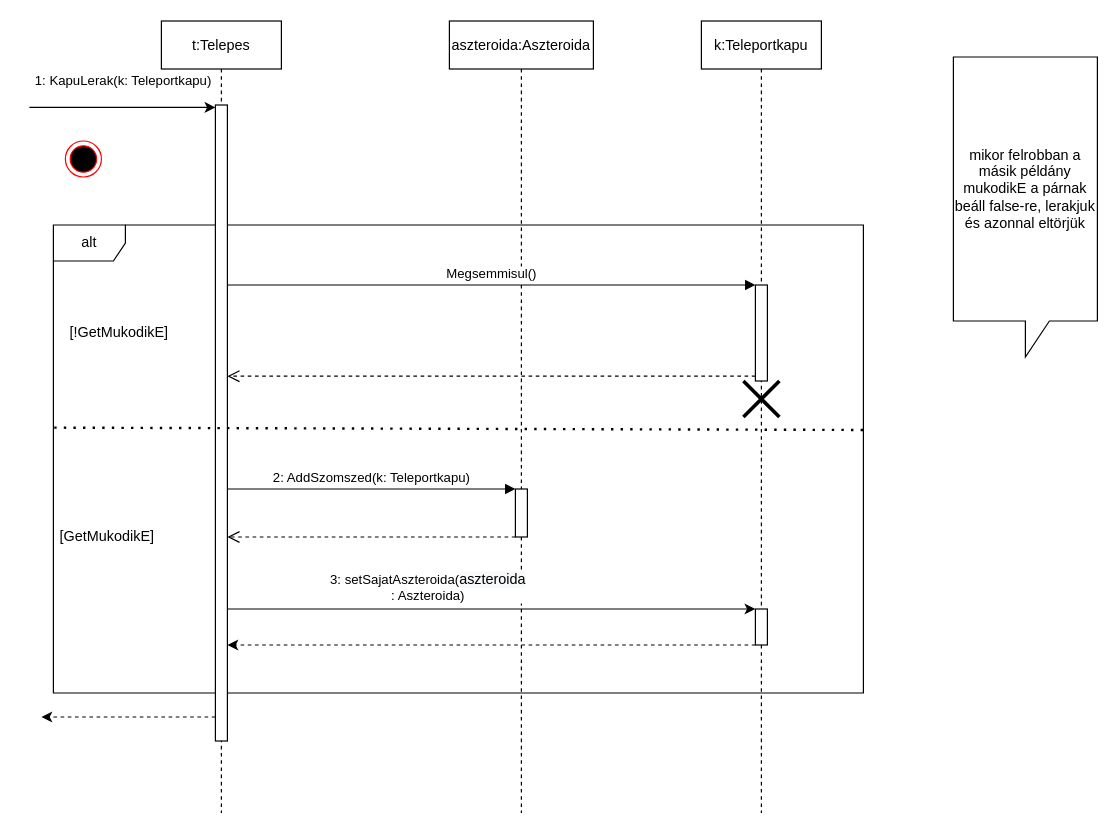
The draw.io diagram doc/uml/placeNyersanyag.drawio in torpeBoiGo/aszteroidabanyaszat, before the edit. Source tidied: cells renumbered, new cells numbered last; positions are measured from the earlier drawing's top-left corner, leaving out a move shared by most shapes. Both pictures are drawn from the tidied source at 120%, with x=0, y=0 at pixel (29, 20).
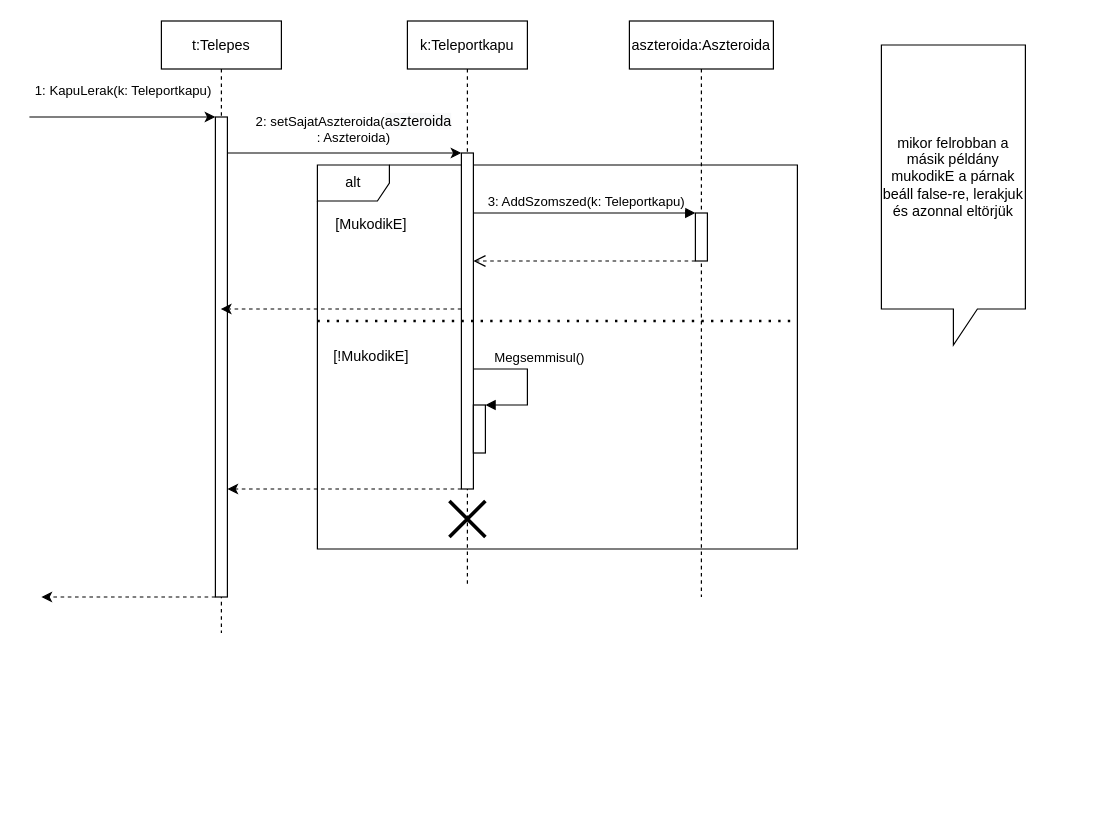
Above is the later version.

Commit message:
nincs GetMukodikE(), a kapu nézi, hogy meg kell-e halnia

Diff of the diagram source:
```diff
@@
     <mxCell id="2" value="alt" style="shape=umlFrame;whiteSpace=wrap;html=1;" parent="1" vertex="1">
-      <mxGeometry x="20" y="170" width="675" height="390" as="geometry" />
+      <mxGeometry x="240" y="120" width="400" height="320" as="geometry" />
     </mxCell>
     <mxCell id="3" value="t:Telepes" style="shape=umlLifeline;perimeter=lifelinePerimeter;rounded=0;shadow=0;strokeWidth=1;" parent="1" vertex="1">
-      <mxGeometry x="110" width="100" height="660" as="geometry" />
+      <mxGeometry x="110" width="100" height="510" as="geometry" />
     </mxCell>
     <mxCell id="4" style="points=[];perimeter=orthogonalPerimeter;rounded=0;shadow=0;strokeWidth=1;" parent="3" vertex="1">
-      <mxGeometry x="45" y="70" width="10" height="530" as="geometry" />
+      <mxGeometry x="45" y="80" width="10" height="400" as="geometry" />
     </mxCell>
     <mxCell id="5" value="aszteroida:Aszteroida" style="shape=umlLifeline;perimeter=lifelinePerimeter;rounded=0;shadow=0;strokeWidth=1;" parent="1" vertex="1">
-      <mxGeometry x="350" width="120" height="660" as="geometry" />
+      <mxGeometry x="500" width="120" height="480" as="geometry" />
     </mxCell>
     <mxCell id="6" style="points=[];perimeter=orthogonalPerimeter;rounded=0;shadow=0;strokeWidth=1;" parent="5" vertex="1">
-      <mxGeometry x="55" y="390" width="10" height="40" as="geometry" />
+      <mxGeometry x="55" y="160" width="10" height="40" as="geometry" />
     </mxCell>
-    <mxCell id="7" value="1: KapuLerak(k: Teleportkapu)" style="endArrow=classic;html=1;" parent="1" edge="1">
+    <mxCell id="7" value="1: KapuLerak(k: Teleportkapu)" style="endArrow=classic;html=1;" parent="1" edge="1" target="4">
       <mxGeometry y="22" relative="1" as="geometry">
-        <mxPoint y="72" as="sourcePoint" />
-        <mxPoint x="155" y="72" as="targetPoint" />
+        <mxPoint y="80" as="sourcePoint" />
       </mxGeometry>
     </mxCell>
-    <mxCell id="8" style="endArrow=classic;html=1;dashed=1;" parent="1" edge="1">
+    <mxCell id="8" style="endArrow=classic;html=1;dashed=1;" parent="1" edge="1" source="4">
       <mxGeometry relative="1" as="geometry">
-        <mxPoint x="155" y="580" as="sourcePoint" />
-        <mxPoint x="10" y="580" as="targetPoint" />
+        <mxPoint x="10" y="480" as="targetPoint" />
         <Array as="points">
-          <mxPoint x="120" y="580" />
+          <mxPoint x="100" y="480" />
         </Array>
       </mxGeometry>
     </mxCell>
     <mxCell id="9" value="k:Teleportkapu" style="shape=umlLifeline;perimeter=lifelinePerimeter;rounded=0;shadow=0;strokeWidth=1;" parent="1" vertex="1">
-      <mxGeometry x="560" width="100" height="660" as="geometry" />
+      <mxGeometry x="315" width="100" height="470" as="geometry" />
     </mxCell>
     <mxCell id="10" style="points=[];perimeter=orthogonalPerimeter;rounded=0;shadow=0;strokeWidth=1;" parent="9" vertex="1">
-      <mxGeometry x="45" y="490" width="10" height="30" as="geometry" />
+      <mxGeometry x="45" y="110" width="10" height="280" as="geometry" />
     </mxCell>
     <mxCell id="11" style="html=1;points=[];perimeter=orthogonalPerimeter;" parent="9" vertex="1">
-      <mxGeometry x="45" y="220" width="10" height="80" as="geometry" />
+      <mxGeometry x="55" y="320" width="10" height="40" as="geometry" />
     </mxCell>
-    <mxCell id="12" style="shape=umlDestroy;whiteSpace=wrap;html=1;strokeWidth=3;" parent="9" vertex="1">
-      <mxGeometry x="35" y="300" width="30" height="30" as="geometry" />
-    </mxCell>
+    <mxCell id="18" value="Megsemmisul()" style="html=1;verticalAlign=bottom;endArrow=block;rounded=0;" parent="9" edge="1" source="10" target="11">
+      <mxGeometry x="-0.18" y="10" relative="1" as="geometry">
+        <Array as="points">
+          <mxPoint x="100" y="290" />
+          <mxPoint x="100" y="320" />
+        </Array>
+      </mxGeometry>
+    </mxCell>
+    <mxCell id="24" style="shape=umlDestroy;whiteSpace=wrap;html=1;strokeWidth=3;" parent="9" vertex="1">
+      <mxGeometry x="35" y="400" width="30" height="30" as="geometry" />
+    </mxCell>
-    <mxCell id="13" value="3: setSajatAszteroida(&lt;span style=&quot;font-size: 12px ; background-color: rgb(248 , 249 , 250)&quot;&gt;aszteroida&lt;/span&gt;&lt;br&gt;: Aszteroida)" style="endArrow=classic;html=1;" parent="1" edge="1" source="4" target="10">
-      <mxGeometry x="-0.24" y="18" relative="1" as="geometry">
+    <mxCell id="13" value="2: setSajatAszteroida(&lt;span style=&quot;font-size: 12px ; background-color: rgb(248 , 249 , 250)&quot;&gt;aszteroida&lt;/span&gt;&lt;br&gt;: Aszteroida)" style="endArrow=classic;html=1;" parent="1" edge="1" source="4" target="10">
+      <mxGeometry x="0.08" y="20" relative="1" as="geometry">
         <Array as="points">
-          <mxPoint x="440" y="490" />
+          <mxPoint x="290" y="110" />
         </Array>
       </mxGeometry>
     </mxCell>
-    <mxCell id="14" style="endArrow=classic;html=1;dashed=1;" parent="1" edge="1">
+    <mxCell id="14" style="endArrow=classic;html=1;dashed=1;" parent="1" edge="1" source="10" target="3">
       <mxGeometry relative="1" as="geometry">
-        <mxPoint x="605" y="520" as="sourcePoint" />
-        <mxPoint x="165" y="520" as="targetPoint" />
         <Array as="points">
-          <mxPoint x="200" y="520" />
+          <mxPoint x="340" y="240" />
         </Array>
       </mxGeometry>
     </mxCell>
-    <mxCell id="15" style="html=1;verticalAlign=bottom;endArrow=open;dashed=1;endSize=8;" parent="1" edge="1">
+    <mxCell id="15" style="html=1;verticalAlign=bottom;endArrow=open;dashed=1;endSize=8;" parent="1" edge="1" source="6" target="10">
       <mxGeometry relative="1" as="geometry">
-        <mxPoint x="405" y="430" as="sourcePoint" />
-        <mxPoint x="165" y="430" as="targetPoint" />
+        <Array as="points">
+          <mxPoint x="500" y="200" />
+        </Array>
       </mxGeometry>
     </mxCell>
-    <mxCell id="16" value="2: AddSzomszed(k: Teleportkapu)" style="html=1;verticalAlign=bottom;endArrow=block;" parent="1" edge="1" source="4" target="6">
-      <mxGeometry relative="1" as="geometry" />
+    <mxCell id="16" value="3: AddSzomszed(k: Teleportkapu)" style="html=1;verticalAlign=bottom;endArrow=block;" parent="1" edge="1" source="10" target="6">
+      <mxGeometry x="0.02" relative="1" as="geometry">
+        <Array as="points">
+          <mxPoint x="450" y="160" />
+        </Array>
+      </mxGeometry>
     </mxCell>
-    <mxCell id="17" style="endArrow=none;dashed=1;html=1;dashPattern=1 3;strokeWidth=2;entryX=1.003;entryY=0.438;entryDx=0;entryDy=0;entryPerimeter=0;exitX=0.001;exitY=0.433;exitDx=0;exitDy=0;exitPerimeter=0;" parent="1" edge="1" source="2" target="2">
-      <mxGeometry relative="1" as="geometry" />
-    </mxCell>
-    <mxCell id="18" value="Megsemmisul()" style="html=1;verticalAlign=bottom;endArrow=block;entryX=0;entryY=0;" parent="1" edge="1" source="4" target="11">
-      <mxGeometry relative="1" as="geometry" />
-    </mxCell>
-    <mxCell id="19" style="html=1;verticalAlign=bottom;endArrow=open;dashed=1;endSize=8;exitX=0;exitY=0.95;" parent="1" edge="1" source="11" target="4">
-      <mxGeometry x="0.02" y="-16" relative="1" as="geometry">
-        <Array as="points">
-          <mxPoint x="390" y="296" />
-        </Array>
-      </mxGeometry>
-    </mxCell>
-    <mxCell id="20" value="[!GetMukodikE]" style="text;html=1;strokeColor=none;fillColor=none;align=center;verticalAlign=middle;whiteSpace=wrap;rounded=0;" parent="1" vertex="1">
-      <mxGeometry x="10" y="250" width="130" height="20" as="geometry" />
+    <mxCell id="20" value="[!MukodikE]" style="text;html=1;strokeColor=none;fillColor=none;align=center;verticalAlign=middle;whiteSpace=wrap;rounded=0;" parent="1" vertex="1">
+      <mxGeometry x="220" y="270" width="130" height="20" as="geometry" />
     </mxCell>
-    <mxCell id="21" value="[GetMukodikE]" style="text;html=1;strokeColor=none;fillColor=none;align=center;verticalAlign=middle;whiteSpace=wrap;rounded=0;" parent="1" vertex="1">
-      <mxGeometry y="420" width="130" height="20" as="geometry" />
+    <mxCell id="21" value="[MukodikE]" style="text;html=1;strokeColor=none;fillColor=none;align=center;verticalAlign=middle;whiteSpace=wrap;rounded=0;" parent="1" vertex="1">
+      <mxGeometry x="220" y="160" width="130" height="20" as="geometry" />
     </mxCell>
     <mxCell id="22" value="mikor felrobban a másik példány mukodikE a párnak beáll false-re, lerakjuk és azonnal eltörjük" style="shape=callout;whiteSpace=wrap;html=1;perimeter=calloutPerimeter;" parent="1" vertex="1">
-      <mxGeometry x="770" y="30" width="120" height="250" as="geometry" />
+      <mxGeometry x="710" y="20" width="120" height="250" as="geometry" />
     </mxCell>
-    <mxCell id="23" style="ellipse;html=1;shape=endState;fillColor=#000000;strokeColor=#ff0000;" parent="1" vertex="1">
-      <mxGeometry x="30" y="100" width="30" height="30" as="geometry" />
-    </mxCell>
+    <mxCell id="25" style="endArrow=none;dashed=1;html=1;dashPattern=1 3;strokeWidth=2;" parent="1" edge="1">
+      <mxGeometry relative="1" as="geometry">
+        <mxPoint x="240" y="250" as="sourcePoint" />
+        <mxPoint x="640" y="250" as="targetPoint" />
+      </mxGeometry>
+    </mxCell>
+    <mxCell id="26" style="endArrow=classic;html=1;dashed=1;" parent="1" edge="1" source="10" target="4">
+      <mxGeometry relative="1" as="geometry">
+        <Array as="points">
+          <mxPoint x="310" y="390" />
+        </Array>
+      </mxGeometry>
+    </mxCell>
```
